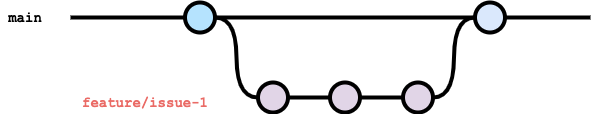
future-architect/coding-standards keeps this draw.io diagram as documents/forGitBranch/branch_strategy_feature.drawio.png. Above is the earlier version. Source tidied: cells renumbered, new cells last; positions are measured from the earlier drawing's top-left corner, leaving out a move shared by most shapes. Source of this version:
```xml
<mxGraphModel>
  <root>
    <mxCell id="0" />
    <mxCell id="1" parent="0" />
    <mxCell id="2" style="edgeStyle=orthogonalEdgeStyle;rounded=0;html=1;jettySize=auto;plain-blue;endArrow=none;endFill=0;strokeWidth=4;strokeColor=#000000;" parent="1" edge="1" source="4" target="6">
      <mxGeometry x="304.5" y="180" as="geometry" />
    </mxCell>
    <mxCell id="3" style="edgeStyle=orthogonalEdgeStyle;curved=1;rounded=0;html=1;exitX=1;exitY=0.5;exitPerimeter=0;entryX=0;entryY=0.5;entryPerimeter=0;endArrow=none;endFill=0;jettySize=auto;strokeWidth=4;fontSize=15;" parent="1" edge="1" source="4" target="10">
      <mxGeometry relative="1" as="geometry" />
    </mxCell>
    <mxCell id="4" style="verticalLabelPosition=bottom;verticalAlign=top;html=1;strokeWidth=4;shape=mxgraph.flowchart.on-page_reference;plain-blue;gradientColor=none;fillColor=#B5E3Fe;strokeColor=#000000;" parent="1" vertex="1">
      <mxGeometry x="184.5" width="30" height="30" as="geometry" />
    </mxCell>
    <mxCell id="5" style="edgeStyle=orthogonalEdgeStyle;curved=1;rounded=0;jettySize=auto;html=1;endArrow=none;endFill=0;strokeWidth=4;fontFamily=Courier New;fontSize=16;" parent="1" edge="1" source="6">
      <mxGeometry relative="1" as="geometry">
        <mxPoint x="590" y="15" as="targetPoint" />
      </mxGeometry>
    </mxCell>
    <mxCell id="6" style="verticalLabelPosition=bottom;verticalAlign=top;html=1;strokeWidth=4;shape=mxgraph.flowchart.on-page_reference;plain-blue;gradientColor=none;strokeColor=#000000;" parent="1" vertex="1">
      <mxGeometry x="474.5" width="30" height="30" as="geometry" />
    </mxCell>
    <mxCell id="7" style="edgeStyle=orthogonalEdgeStyle;rounded=0;html=1;jettySize=auto;strokeWidth=4;endArrow=none;endFill=0;" parent="1" edge="1" target="4">
      <mxGeometry x="204.5" y="180" as="geometry">
        <mxPoint x="70" y="15" as="sourcePoint" />
      </mxGeometry>
    </mxCell>
    <mxCell id="8" value="main" style="text;html=1;strokeColor=none;fillColor=none;align=center;verticalAlign=middle;whiteSpace=wrap;overflow=hidden;fontSize=14;fontStyle=1;fontFamily=Courier New;" parent="1" vertex="1">
      <mxGeometry y="5" width="50" height="20" as="geometry" />
    </mxCell>
    <mxCell id="9" style="edgeStyle=orthogonalEdgeStyle;curved=1;rounded=0;html=1;exitX=1;exitY=0.5;exitPerimeter=0;entryX=0;entryY=0.5;entryPerimeter=0;endArrow=none;endFill=0;jettySize=auto;strokeWidth=4;fontSize=15;" parent="1" edge="1" source="10" target="12">
      <mxGeometry relative="1" as="geometry" />
    </mxCell>
    <mxCell id="10" style="verticalLabelPosition=bottom;verticalAlign=top;html=1;strokeWidth=4;shape=mxgraph.flowchart.on-page_reference;plain-purple;gradientColor=none;strokeColor=#000000;" parent="1" vertex="1">
      <mxGeometry x="257.5" y="80" width="30" height="30" as="geometry" />
    </mxCell>
    <mxCell id="11" style="edgeStyle=orthogonalEdgeStyle;curved=1;rounded=0;html=1;exitX=1;exitY=0.5;exitPerimeter=0;entryX=0;entryY=0.5;entryPerimeter=0;endArrow=none;endFill=0;jettySize=auto;strokeWidth=4;fontSize=15;" parent="1" edge="1" source="12" target="14">
      <mxGeometry relative="1" as="geometry" />
    </mxCell>
    <mxCell id="12" style="verticalLabelPosition=bottom;verticalAlign=top;html=1;strokeWidth=4;shape=mxgraph.flowchart.on-page_reference;plain-purple;gradientColor=none;strokeColor=#000000;" parent="1" vertex="1">
      <mxGeometry x="329.5" y="80" width="30" height="30" as="geometry" />
    </mxCell>
    <mxCell id="13" style="edgeStyle=orthogonalEdgeStyle;curved=1;rounded=0;html=1;exitX=1;exitY=0.5;exitPerimeter=0;entryX=0;entryY=0.5;entryPerimeter=0;endArrow=none;endFill=0;jettySize=auto;strokeWidth=4;fontSize=15;" parent="1" edge="1" source="14" target="6">
      <mxGeometry relative="1" as="geometry" />
    </mxCell>
    <mxCell id="14" style="verticalLabelPosition=bottom;verticalAlign=top;html=1;strokeWidth=4;shape=mxgraph.flowchart.on-page_reference;plain-purple;gradientColor=none;strokeColor=#000000;" parent="1" vertex="1">
      <mxGeometry x="402.5" y="80" width="30" height="30" as="geometry" />
    </mxCell>
    <mxCell id="15" value="feature/issue-1" style="text;html=1;strokeColor=none;fillColor=none;align=left;verticalAlign=middle;whiteSpace=wrap;overflow=hidden;fontSize=14;fontStyle=1;fontFamily=Courier New;fontColor=#EA6B66;" parent="1" vertex="1">
      <mxGeometry x="80" y="90" width="162.5" height="20" as="geometry" />
    </mxCell>
  </root>
</mxGraphModel>
```
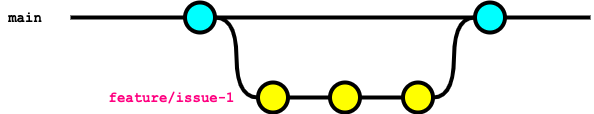
After the commit.

Change to the diagram source:
```diff
@@ -2,13 +2,10 @@
   <root>
     <mxCell id="0" />
     <mxCell id="1" parent="0" />
-    <mxCell id="2" style="edgeStyle=orthogonalEdgeStyle;rounded=0;html=1;jettySize=auto;plain-blue;endArrow=none;endFill=0;strokeWidth=4;strokeColor=#000000;" parent="1" edge="1" source="4" target="6">
-      <mxGeometry x="304.5" y="180" as="geometry" />
-    </mxCell>
     <mxCell id="3" style="edgeStyle=orthogonalEdgeStyle;curved=1;rounded=0;html=1;exitX=1;exitY=0.5;exitPerimeter=0;entryX=0;entryY=0.5;entryPerimeter=0;endArrow=none;endFill=0;jettySize=auto;strokeWidth=4;fontSize=15;" parent="1" edge="1" source="4" target="10">
       <mxGeometry relative="1" as="geometry" />
     </mxCell>
-    <mxCell id="4" style="verticalLabelPosition=bottom;verticalAlign=top;html=1;strokeWidth=4;shape=mxgraph.flowchart.on-page_reference;plain-blue;gradientColor=none;fillColor=#B5E3Fe;strokeColor=#000000;" parent="1" vertex="1">
+    <mxCell id="4" style="verticalLabelPosition=bottom;verticalAlign=top;html=1;strokeWidth=4;shape=mxgraph.flowchart.on-page_reference;plain-blue;gradientColor=none;fillColor=#00FFFF;strokeColor=#000000;" parent="1" vertex="1">
       <mxGeometry x="184.5" width="30" height="30" as="geometry" />
     </mxCell>
     <mxCell id="5" style="edgeStyle=orthogonalEdgeStyle;curved=1;rounded=0;jettySize=auto;html=1;endArrow=none;endFill=0;strokeWidth=4;fontFamily=Courier New;fontSize=16;" parent="1" edge="1" source="6">
@@ -16,7 +13,7 @@
         <mxPoint x="590" y="15" as="targetPoint" />
       </mxGeometry>
     </mxCell>
-    <mxCell id="6" style="verticalLabelPosition=bottom;verticalAlign=top;html=1;strokeWidth=4;shape=mxgraph.flowchart.on-page_reference;plain-blue;gradientColor=none;strokeColor=#000000;" parent="1" vertex="1">
+    <mxCell id="6" style="verticalLabelPosition=bottom;verticalAlign=top;html=1;strokeWidth=4;shape=mxgraph.flowchart.on-page_reference;plain-blue;gradientColor=none;strokeColor=#000000;fillColor=#00FFFF;" parent="1" vertex="1">
       <mxGeometry x="474.5" width="30" height="30" as="geometry" />
     </mxCell>
     <mxCell id="7" style="edgeStyle=orthogonalEdgeStyle;rounded=0;html=1;jettySize=auto;strokeWidth=4;endArrow=none;endFill=0;" parent="1" edge="1" target="4">
@@ -30,23 +27,26 @@
     <mxCell id="9" style="edgeStyle=orthogonalEdgeStyle;curved=1;rounded=0;html=1;exitX=1;exitY=0.5;exitPerimeter=0;entryX=0;entryY=0.5;entryPerimeter=0;endArrow=none;endFill=0;jettySize=auto;strokeWidth=4;fontSize=15;" parent="1" edge="1" source="10" target="12">
       <mxGeometry relative="1" as="geometry" />
     </mxCell>
-    <mxCell id="10" style="verticalLabelPosition=bottom;verticalAlign=top;html=1;strokeWidth=4;shape=mxgraph.flowchart.on-page_reference;plain-purple;gradientColor=none;strokeColor=#000000;" parent="1" vertex="1">
+    <mxCell id="10" style="verticalLabelPosition=bottom;verticalAlign=top;html=1;strokeWidth=4;shape=mxgraph.flowchart.on-page_reference;plain-purple;gradientColor=none;strokeColor=#000000;fillColor=#FFFF00;" parent="1" vertex="1">
       <mxGeometry x="257.5" y="80" width="30" height="30" as="geometry" />
     </mxCell>
     <mxCell id="11" style="edgeStyle=orthogonalEdgeStyle;curved=1;rounded=0;html=1;exitX=1;exitY=0.5;exitPerimeter=0;entryX=0;entryY=0.5;entryPerimeter=0;endArrow=none;endFill=0;jettySize=auto;strokeWidth=4;fontSize=15;" parent="1" edge="1" source="12" target="14">
       <mxGeometry relative="1" as="geometry" />
     </mxCell>
-    <mxCell id="12" style="verticalLabelPosition=bottom;verticalAlign=top;html=1;strokeWidth=4;shape=mxgraph.flowchart.on-page_reference;plain-purple;gradientColor=none;strokeColor=#000000;" parent="1" vertex="1">
+    <mxCell id="12" style="verticalLabelPosition=bottom;verticalAlign=top;html=1;strokeWidth=4;shape=mxgraph.flowchart.on-page_reference;plain-purple;gradientColor=none;strokeColor=#000000;fillColor=#FFFF00;" parent="1" vertex="1">
       <mxGeometry x="329.5" y="80" width="30" height="30" as="geometry" />
     </mxCell>
     <mxCell id="13" style="edgeStyle=orthogonalEdgeStyle;curved=1;rounded=0;html=1;exitX=1;exitY=0.5;exitPerimeter=0;entryX=0;entryY=0.5;entryPerimeter=0;endArrow=none;endFill=0;jettySize=auto;strokeWidth=4;fontSize=15;" parent="1" edge="1" source="14" target="6">
       <mxGeometry relative="1" as="geometry" />
     </mxCell>
-    <mxCell id="14" style="verticalLabelPosition=bottom;verticalAlign=top;html=1;strokeWidth=4;shape=mxgraph.flowchart.on-page_reference;plain-purple;gradientColor=none;strokeColor=#000000;" parent="1" vertex="1">
+    <mxCell id="14" style="verticalLabelPosition=bottom;verticalAlign=top;html=1;strokeWidth=4;shape=mxgraph.flowchart.on-page_reference;plain-purple;gradientColor=none;strokeColor=#000000;fillColor=#FFFF00;" parent="1" vertex="1">
       <mxGeometry x="402.5" y="80" width="30" height="30" as="geometry" />
     </mxCell>
-    <mxCell id="15" value="feature/issue-1" style="text;html=1;strokeColor=none;fillColor=none;align=left;verticalAlign=middle;whiteSpace=wrap;overflow=hidden;fontSize=14;fontStyle=1;fontFamily=Courier New;fontColor=#EA6B66;" parent="1" vertex="1">
-      <mxGeometry x="80" y="90" width="162.5" height="20" as="geometry" />
+    <mxCell id="15" value="feature/issue-1" style="text;html=1;strokeColor=none;fillColor=none;align=center;verticalAlign=middle;whiteSpace=wrap;overflow=hidden;fontSize=14;fontStyle=1;fontFamily=Courier New;fontColor=#FF0080;" parent="1" vertex="1">
+      <mxGeometry x="90" y="85" width="162.5" height="20" as="geometry" />
     </mxCell>
+    <mxCell id="2" style="edgeStyle=orthogonalEdgeStyle;curved=1;rounded=0;jettySize=auto;html=1;endArrow=none;endFill=0;strokeWidth=4;fontFamily=Courier New;fontSize=16;exitX=1;exitY=0.5;exitDx=0;exitDy=0;exitPerimeter=0;entryX=0;entryY=0.5;entryDx=0;entryDy=0;entryPerimeter=0;" parent="1" edge="1" source="4" target="6">
+      <mxGeometry relative="1" as="geometry" />
+    </mxCell>
   </root>
 </mxGraphModel>
```
